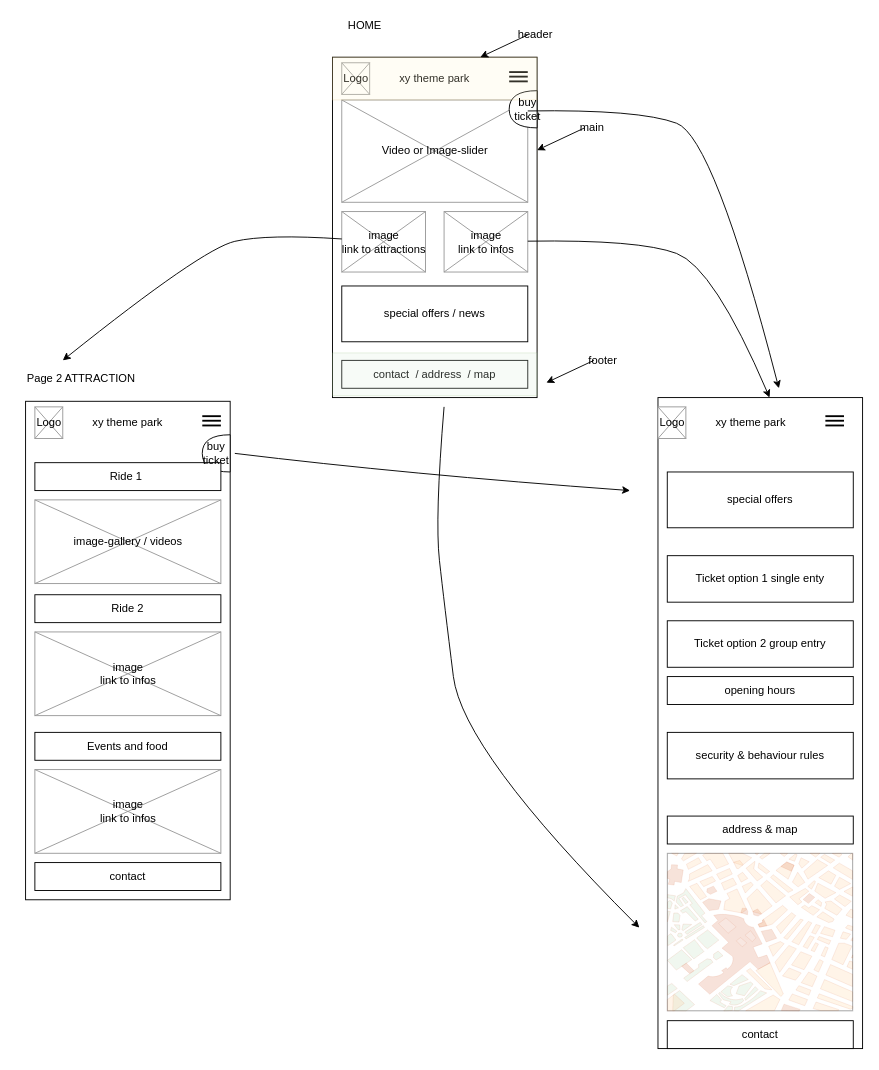
The draw.io diagram themepark_mobile.drawio in meflix/themepark, before the edit. Source tidied: cells renumbered, new cells numbered last; positions are measured from the earlier drawing's top-left corner, leaving out a move shared by most shapes. Both pictures are drawn from the tidied source at 93%, with x=0, y=0 at pixel (16, 16).
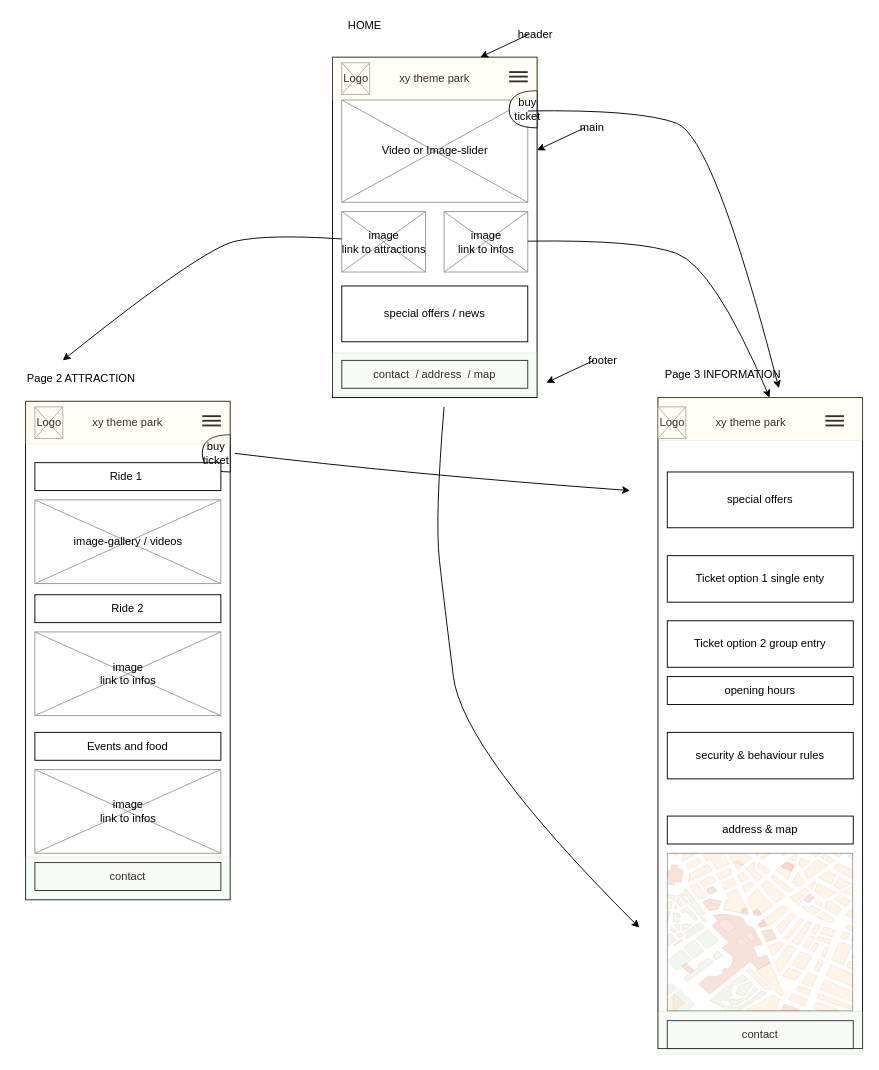
Above is the later version.

Commit message:
title on mobile version plus footer marked

The edit, as a diff of the source:
```diff
@@
+    <mxCell id="60" value="Page 3 INFORMATION" style="text;html=1;strokeColor=none;fillColor=none;align=center;verticalAlign=middle;whiteSpace=wrap;rounded=0;" parent="1" vertex="1">
+      <mxGeometry x="690" y="375" width="140" height="20" as="geometry" />
+    </mxCell>
+    <mxCell id="61" style="rounded=0;whiteSpace=wrap;html=1;labelBackgroundColor=none;opacity=20;fillColor=#fff2cc;strokeColor=#d6b656;" parent="1" vertex="1">
+      <mxGeometry x="10" y="414" width="220" height="46" as="geometry" />
+    </mxCell>
+    <mxCell id="62" style="rounded=0;whiteSpace=wrap;html=1;labelBackgroundColor=none;opacity=20;fillColor=#fff2cc;strokeColor=#d6b656;" parent="1" vertex="1">
+      <mxGeometry x="690" y="410" width="220" height="46" as="geometry" />
+    </mxCell>
+    <mxCell id="63" style="rounded=0;whiteSpace=wrap;html=1;labelBackgroundColor=none;opacity=20;fillColor=#d5e8d4;strokeColor=#82b366;" parent="1" vertex="1">
+      <mxGeometry x="10" y="904" width="220" height="46" as="geometry" />
+    </mxCell>
+    <mxCell id="64" style="rounded=0;whiteSpace=wrap;html=1;labelBackgroundColor=none;opacity=20;fillColor=#d5e8d4;strokeColor=#82b366;" parent="1" vertex="1">
+      <mxGeometry x="690" y="1070" width="220" height="46" as="geometry" />
+    </mxCell>
```
